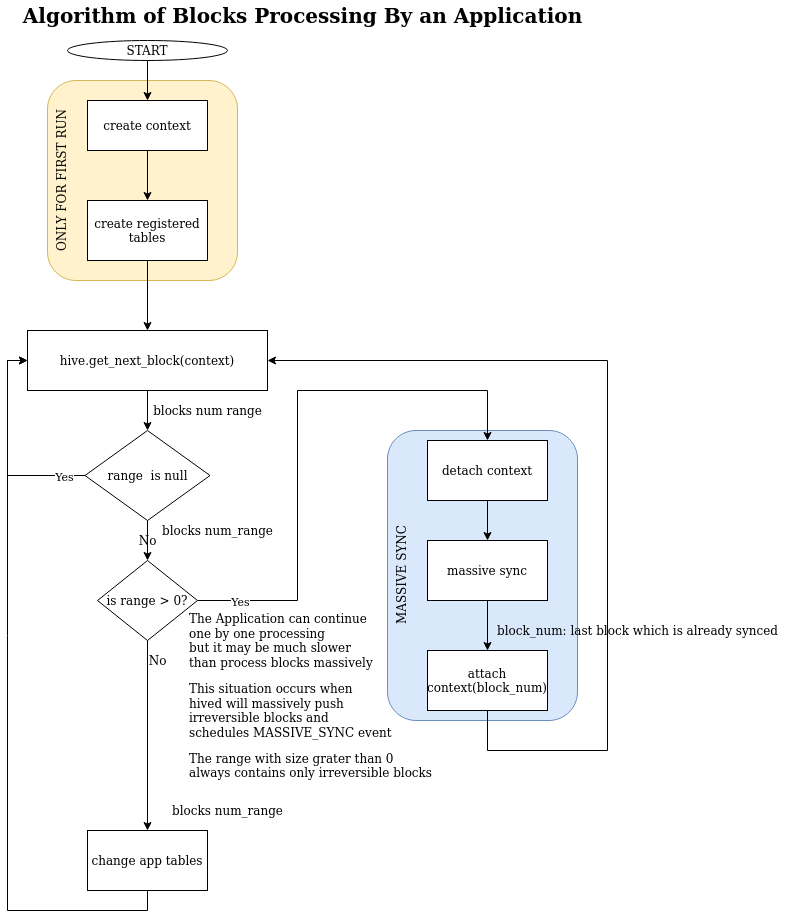
openhive-network/HAfAH keeps this draw.io diagram as src/hive_fork_manager/doc/evq_app_process_block.png. Above is the earlier version. Source tidied: cells renumbered, new cells last; positions are measured from the earlier drawing's top-left corner, leaving out a move shared by most shapes.
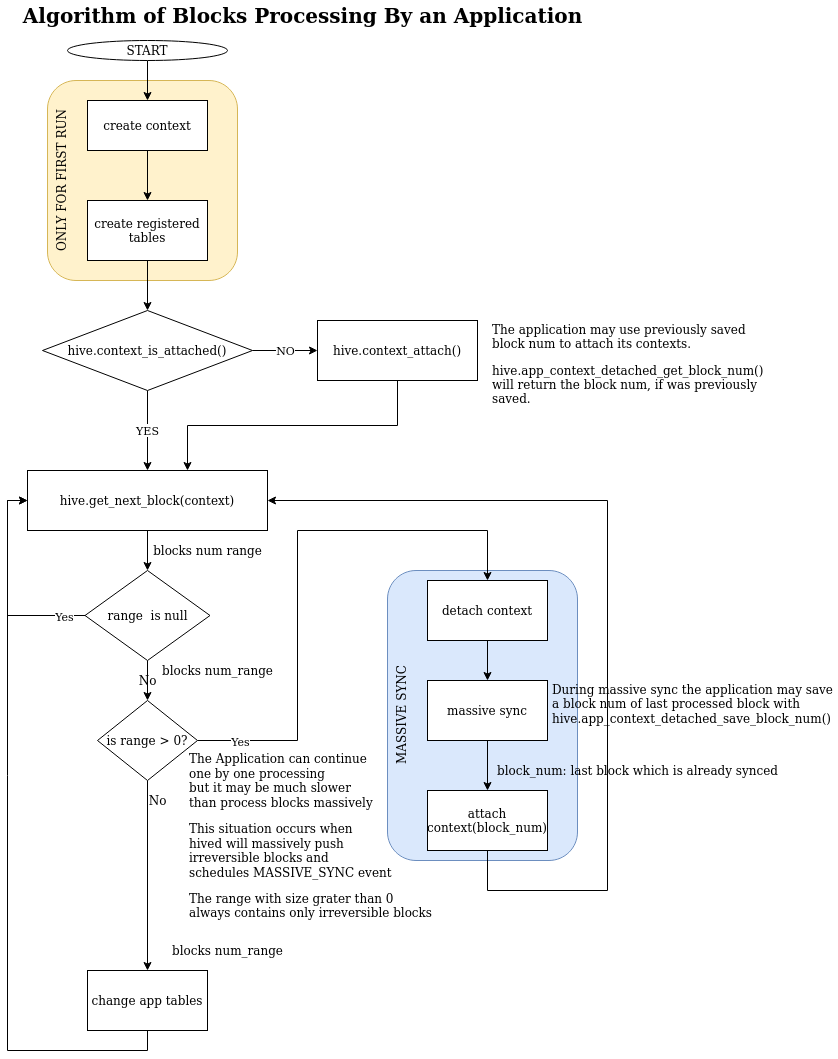
Above is the later version.

Commit message:
issue #3: support for saving processed block num during massive sync

What changed in the source:
```diff
@@ -6,25 +6,25 @@
       <mxGeometry x="380" y="430" width="190" height="290" as="geometry" />
     </mxCell>
     <mxCell id="3" value="ONLY FOR FIRST RUN" style="rounded=1;whiteSpace=wrap;html=1;fillColor=#fff2cc;strokeColor=#d6b656;verticalAlign=top;horizontal=0;" parent="1" vertex="1">
-      <mxGeometry x="40" y="80" width="190" height="200" as="geometry" />
+      <mxGeometry x="40" y="-60" width="190" height="200" as="geometry" />
     </mxCell>
     <mxCell id="4" style="edgeStyle=orthogonalEdgeStyle;rounded=0;jettySize=auto;html=1;exitX=0.5;exitY=1;exitDx=0;exitDy=0;" parent="1" edge="1" source="5" target="7">
       <mxGeometry relative="1" as="geometry" />
     </mxCell>
     <mxCell id="5" value="START" style="ellipse;whiteSpace=wrap;html=1;" parent="1" vertex="1">
-      <mxGeometry x="60" y="40" width="160" height="20" as="geometry" />
+      <mxGeometry x="60" y="-100" width="160" height="20" as="geometry" />
     </mxCell>
     <mxCell id="6" style="edgeStyle=orthogonalEdgeStyle;rounded=0;jettySize=auto;html=1;exitX=0.5;exitY=1;exitDx=0;exitDy=0;entryX=0.5;entryY=0;entryDx=0;entryDy=0;" parent="1" edge="1" source="7" target="9">
       <mxGeometry relative="1" as="geometry" />
     </mxCell>
     <mxCell id="7" value="create context" style="rounded=0;whiteSpace=wrap;html=1;" parent="1" vertex="1">
-      <mxGeometry x="80" y="100" width="120" height="50" as="geometry" />
+      <mxGeometry x="80" y="-40" width="120" height="50" as="geometry" />
     </mxCell>
-    <mxCell id="8" style="edgeStyle=orthogonalEdgeStyle;rounded=0;jettySize=auto;html=1;exitX=0.5;exitY=1;exitDx=0;exitDy=0;entryX=0.5;entryY=0;entryDx=0;entryDy=0;" parent="1" edge="1" source="9" target="18">
+    <mxCell id="8" style="edgeStyle=orthogonalEdgeStyle;rounded=0;jettySize=auto;html=1;exitX=0.5;exitY=1;exitDx=0;exitDy=0;entryX=0.5;entryY=0;entryDx=0;entryDy=0;" parent="1" edge="1" source="9" target="41">
       <mxGeometry relative="1" as="geometry" />
     </mxCell>
     <mxCell id="9" value="create registered tables" style="rounded=0;whiteSpace=wrap;html=1;" parent="1" vertex="1">
-      <mxGeometry x="80" y="200" width="120" height="60" as="geometry" />
+      <mxGeometry x="80" y="60" width="120" height="60" as="geometry" />
     </mxCell>
     <mxCell id="10" style="edgeStyle=orthogonalEdgeStyle;rounded=0;jettySize=auto;html=1;exitX=0.5;exitY=1;exitDx=0;exitDy=0;entryX=0.5;entryY=0;entryDx=0;entryDy=0;" parent="1" edge="1" source="11" target="13">
       <mxGeometry relative="1" as="geometry" />
@@ -92,7 +92,7 @@
       <mxGeometry x="145" y="520" width="130" height="20" as="geometry" />
     </mxCell>
     <mxCell id="27" value="Algorithm of Blocks Processing By an Application" style="text;html=1;align=center;verticalAlign=middle;strokeColor=none;fontStyle=1;fontSize=20;" parent="1" vertex="1">
-      <mxGeometry x="10" width="570" height="30" as="geometry" />
+      <mxGeometry x="10" y="-140" width="570" height="30" as="geometry" />
     </mxCell>
     <mxCell id="28" style="edgeStyle=orthogonalEdgeStyle;rounded=0;jettySize=auto;html=1;exitX=0.5;exitY=1;exitDx=0;exitDy=0;entryX=0.5;entryY=0;entryDx=0;entryDy=0;" parent="1" edge="1" source="31" target="25">
       <mxGeometry relative="1" as="geometry" />
@@ -130,5 +130,35 @@
     <mxCell id="37" value="&lt;div&gt;The range with size grater than 0&lt;/div&gt;&lt;div&gt; always contains only irreversible blocks &lt;/div&gt;" style="text;html=1;align=left;verticalAlign=middle;strokeColor=none;" parent="1" vertex="1">
       <mxGeometry x="180" y="750" width="260" height="30" as="geometry" />
     </mxCell>
+    <mxCell id="38" value="&lt;p&gt;During massive sync the application may save a block num of last processed block with hive.app_context_detached_save_block_num()&lt;br&gt;&lt;/p&gt;" style="text;html=1;strokeColor=none;fillColor=none;spacing=5;spacingTop=-20;whiteSpace=wrap;overflow=hidden;rounded=0;" parent="1" vertex="1">
+      <mxGeometry x="540" y="540" width="290" height="60" as="geometry" />
+    </mxCell>
+    <mxCell id="39" value="NO" style="edgeStyle=orthogonalEdgeStyle;rounded=0;jettySize=auto;html=1;exitX=1;exitY=0.5;exitDx=0;exitDy=0;entryX=0;entryY=0.5;entryDx=0;entryDy=0;" parent="1" edge="1" source="41" target="43">
+      <mxGeometry relative="1" as="geometry" />
+    </mxCell>
+    <mxCell id="40" value="YES" style="edgeStyle=orthogonalEdgeStyle;rounded=0;jettySize=auto;html=1;exitX=0.5;exitY=1;exitDx=0;exitDy=0;" parent="1" edge="1" source="41">
+      <mxGeometry relative="1" as="geometry">
+        <mxPoint x="140" y="330" as="targetPoint" />
+      </mxGeometry>
+    </mxCell>
+    <mxCell id="41" value="hive.context_is_attached()" style="rhombus;whiteSpace=wrap;html=1;" parent="1" vertex="1">
+      <mxGeometry x="35" y="170" width="210" height="80" as="geometry" />
+    </mxCell>
+    <mxCell id="42" style="edgeStyle=orthogonalEdgeStyle;rounded=0;jettySize=auto;html=1;exitX=0.5;exitY=1;exitDx=0;exitDy=0;" parent="1" edge="1" source="43">
+      <mxGeometry relative="1" as="geometry">
+        <mxPoint x="180" y="330" as="targetPoint" />
+        <Array as="points">
+          <mxPoint x="390" y="285" />
+          <mxPoint x="180" y="285" />
+          <mxPoint x="180" y="330" />
+        </Array>
+      </mxGeometry>
+    </mxCell>
+    <mxCell id="43" value="hive.context_attach()" style="rounded=0;whiteSpace=wrap;html=1;" parent="1" vertex="1">
+      <mxGeometry x="310" y="180" width="160" height="60" as="geometry" />
+    </mxCell>
+    <mxCell id="44" value="&lt;p&gt;The application may use previously saved block num to attach its contexts.&lt;/p&gt;&lt;p&gt;hive.app_context_detached_get_block_num() will return the block num, if was previously saved.&lt;br&gt;&lt;/p&gt;" style="text;html=1;strokeColor=none;fillColor=none;spacing=5;spacingTop=-20;whiteSpace=wrap;overflow=hidden;rounded=0;" parent="1" vertex="1">
+      <mxGeometry x="480" y="180" width="290" height="90" as="geometry" />
+    </mxCell>
   </root>
 </mxGraphModel>
```
